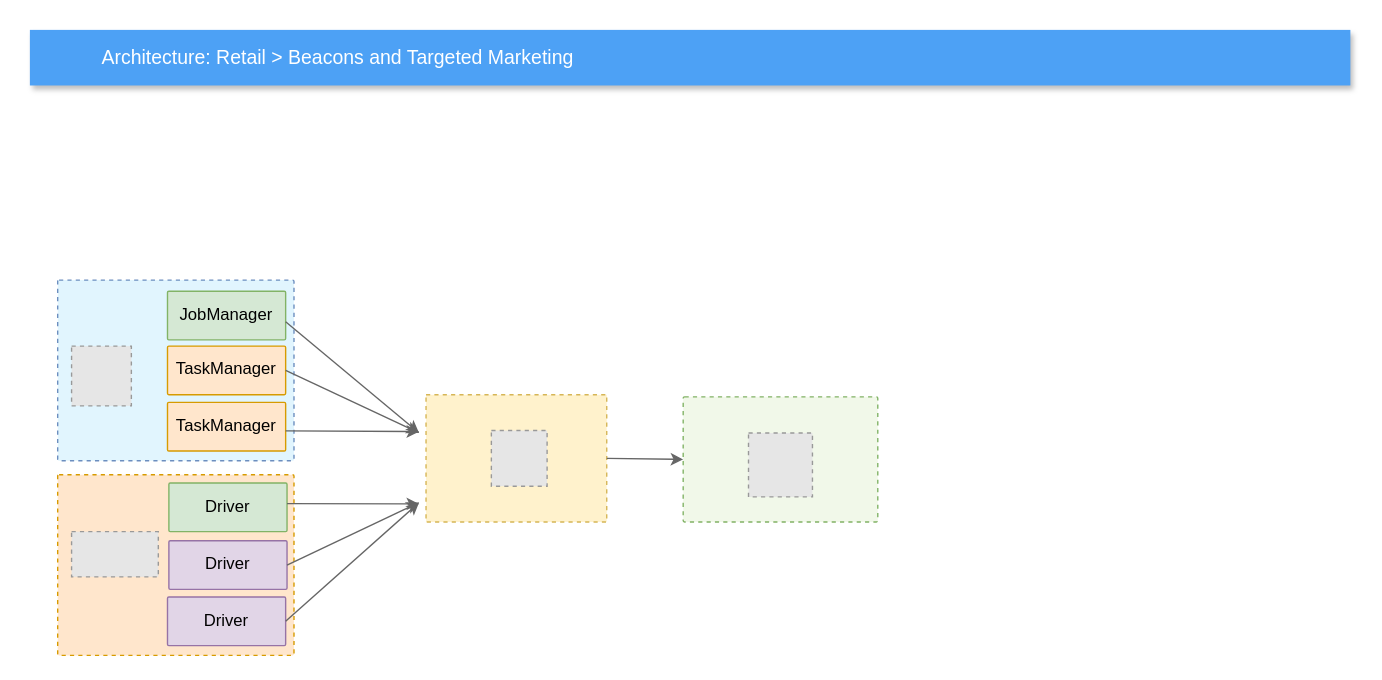
Before: spark-flink-metrics-to-pushgateway.drawio in JinsYin/draw.io, a draw.io diagram. Source tidied: cells renumbered, new cells numbered last; positions are measured from the earlier drawing's top-left corner, leaving out a move shared by most shapes. Both pictures are drawn from the tidied source at 139%, with x=0, y=0 at pixel (29, 29). Pictures stored in the file or linked from it are replaced by grey dashed boxes.
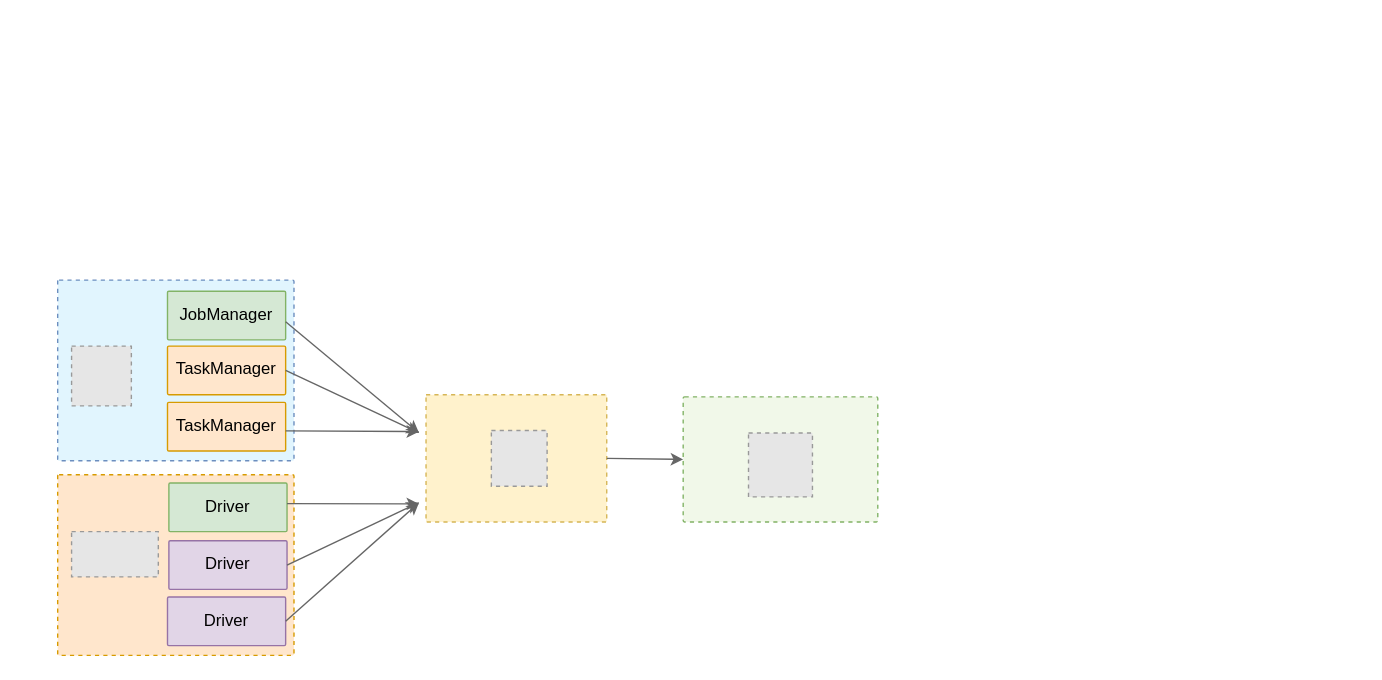
After the change.

Change to the diagram source:
```diff
@@
-    <mxCell id="4" value="Architecture: Retail &amp;gt; Beacons and Targeted Marketing" style="fillColor=#4DA1F5;strokeColor=none;shadow=1;gradientColor=none;fontSize=14;align=left;spacingLeft=50;fontColor=#ffffff;html=1;" parent="1" vertex="1">
-      <mxGeometry width="950" height="40" as="geometry" />
-    </mxCell>
```
